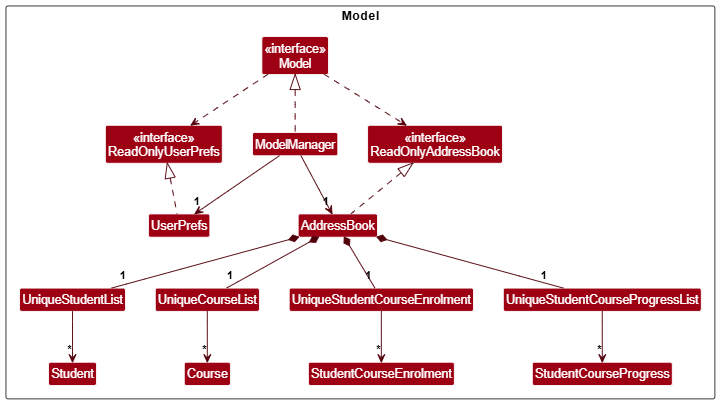
This is docs/images/ModelClassDiagram.png from AY2627S1-CS2103-F11-1/tp, a PlantUML export, as it was before one commit. Its source is kept beside it as docs/diagrams/ModelClassDiagram.puml. The source it was exported from:
```plantuml
@startuml
!include style.puml
show fields
skinparam classAttributeIconSize 0
skinparam classAttributeFontColor white
skinparam arrowThickness 1.1
skinparam arrowColor MODEL_COLOR_T4
skinparam classBackgroundColor MODEL_COLOR

package "Model" as ModelPackage <<Rectangle>> {
    class "<<interface>>\nModel" as ModelApi
    class ModelManager
    class AddressBook
    class "<<interface>>\nReadOnlyAddressBook" as ReadOnlyAddressBook
    class UserPrefs
    class "<<interface>>\nReadOnlyUserPrefs" as ReadOnlyUserPrefs

    class UniqueStudentList
    class UniqueCourseList
    class UniqueStudentCourseEnrolment
    class UniqueStudentCourseProgressList

    class Student {
        Id
        Name
        Email
    }

    class Course {
        CourseCode courseCode
        Deliverable deliverable
        Semester semester
        List<Deliverable> deliverables
    }

    class StudentCourseEnrolment {
        studentId: Id
        CourseCode
        Semester
        TutorialClass
        NotesList
    }

    class StudentCourseProgress
}

ModelManager .up.|> ModelApi
AddressBook .up.|> ReadOnlyAddressBook
UserPrefs .up.|> ReadOnlyUserPrefs

ModelApi ..> ReadOnlyAddressBook
ModelApi ..> ReadOnlyUserPrefs

ModelManager -down-> "1" AddressBook
ModelManager -right-> "1" UserPrefs

AddressBook *-- "1" UniqueStudentList
AddressBook *-- "1" UniqueCourseList
AddressBook *-- "1" UniqueStudentCourseEnrolment
AddressBook *-- "1" UniqueStudentCourseProgressList

UniqueStudentList --> "*" Student
UniqueCourseList --> "*" Course
UniqueStudentCourseEnrolment --> "*" StudentCourseEnrolment
UniqueStudentCourseProgressList --> "*" StudentCourseProgress

Student "*" -- "*" Course : enrolled in
(Student, Course) .. StudentCourseEnrolment

@enduml
```
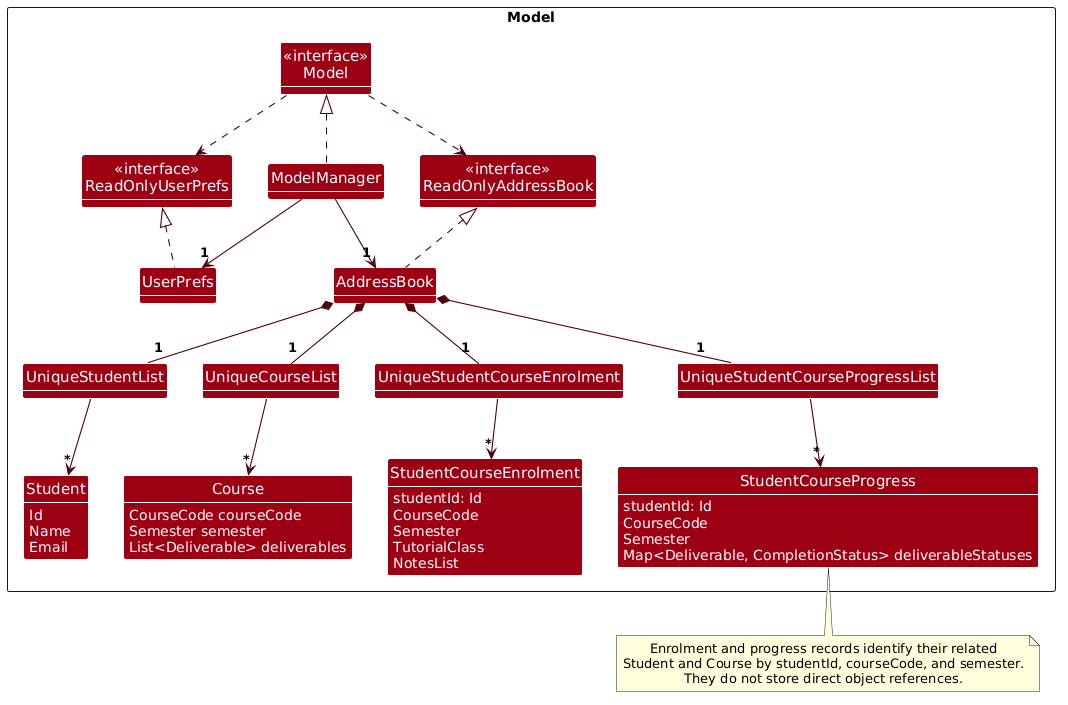
After the change.

Commit message:
Fix model diagram relationships

What changed in the source:
```diff
@@ -28,7 +28,6 @@
 
     class Course {
         CourseCode courseCode
-        Deliverable deliverable
         Semester semester
         List<Deliverable> deliverables
     }
@@ -41,7 +40,12 @@
         NotesList
     }
 
-    class StudentCourseProgress
+    class StudentCourseProgress {
+        studentId: Id
+        CourseCode
+        Semester
+        Map<Deliverable, CompletionStatus> deliverableStatuses
+    }
 }
 
 ModelManager .up.|> ModelApi
@@ -64,7 +68,10 @@
 UniqueStudentCourseEnrolment --> "*" StudentCourseEnrolment
 UniqueStudentCourseProgressList --> "*" StudentCourseProgress
 
-Student "*" -- "*" Course : enrolled in
-(Student, Course) .. StudentCourseEnrolment
+note bottom of StudentCourseProgress
+  Enrolment and progress records identify their related
+  Student and Course by studentId, courseCode, and semester.
+  They do not store direct object references.
+end note
 
 @enduml
```
